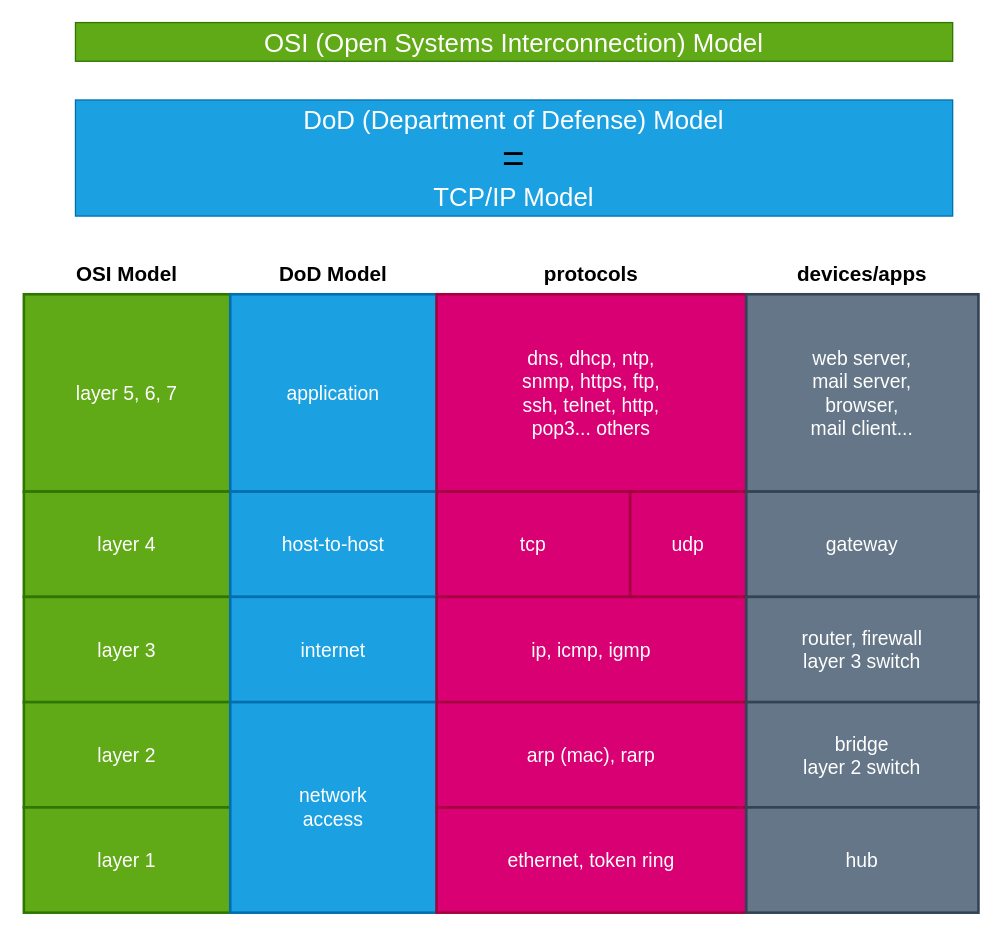
Earlier version of the draw.io diagram Charts/Network Models.drawio (digimindx/Networking). Source tidied: cells renumbered, new cells numbered last; positions are measured from the earlier drawing's top-left corner, leaving out a move shared by most shapes. Both pictures are drawn from the tidied source at 129%, with x=0, y=0 at pixel (23, 22).
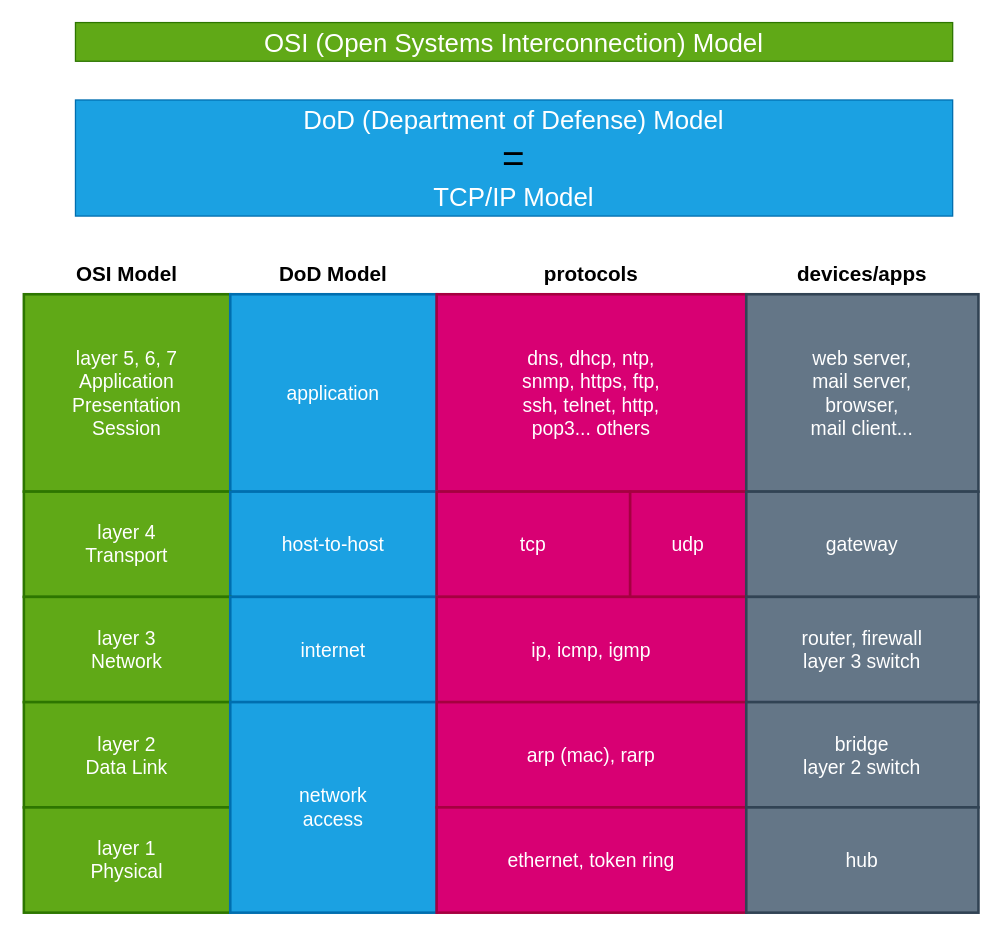
Above is the later version.

Diff of the diagram source:
```diff
@@
-    <mxCell id="6" value="layer 5, 6, 7" style="rounded=0;whiteSpace=wrap;html=1;strokeColor=#2D7600;strokeWidth=2;fillColor=#60a917;fontSize=15;fontColor=#ffffff;" parent="1" vertex="1">
+    <mxCell id="6" value="layer 5, 6, 7&lt;div&gt;Application&lt;/div&gt;&lt;div&gt;Presentation&lt;/div&gt;&lt;div&gt;Session&lt;/div&gt;" style="rounded=0;whiteSpace=wrap;html=1;strokeColor=#2D7600;strokeWidth=2;fillColor=#60a917;fontSize=15;fontColor=#ffffff;" parent="1" vertex="1">
       <mxGeometry y="210.6" width="160" height="153" as="geometry" />
     </mxCell>
@@
-    <mxCell id="10" value="layer 4" style="rounded=0;whiteSpace=wrap;html=1;strokeColor=#2D7600;strokeWidth=2;fillColor=#60a917;fontSize=15;fontColor=#ffffff;" parent="1" vertex="1">
+    <mxCell id="10" value="layer 4&lt;div&gt;Transport&lt;/div&gt;" style="rounded=0;whiteSpace=wrap;html=1;strokeColor=#2D7600;strokeWidth=2;fillColor=#60a917;fontSize=15;fontColor=#ffffff;" parent="1" vertex="1">
       <mxGeometry y="363.6" width="160" height="81.6" as="geometry" />
     </mxCell>
@@
-    <mxCell id="15" value="layer 3" style="rounded=0;whiteSpace=wrap;html=1;strokeColor=#2D7600;strokeWidth=2;fillColor=#60a917;fontSize=15;fontColor=#ffffff;" parent="1" vertex="1">
+    <mxCell id="15" value="layer 3&lt;div&gt;Network&lt;/div&gt;" style="rounded=0;whiteSpace=wrap;html=1;strokeColor=#2D7600;strokeWidth=2;fillColor=#60a917;fontSize=15;fontColor=#ffffff;" parent="1" vertex="1">
       <mxGeometry y="445.2" width="160" height="81.6" as="geometry" />
     </mxCell>
@@
-    <mxCell id="19" value="layer 2" style="rounded=0;whiteSpace=wrap;html=1;strokeColor=#2D7600;strokeWidth=2;fillColor=#60a917;fontSize=15;fontColor=#ffffff;" parent="1" vertex="1">
+    <mxCell id="19" value="layer 2&lt;div&gt;Data Link&lt;/div&gt;" style="rounded=0;whiteSpace=wrap;html=1;strokeColor=#2D7600;strokeWidth=2;fillColor=#60a917;fontSize=15;fontColor=#ffffff;" parent="1" vertex="1">
       <mxGeometry y="526.8" width="160" height="81.6" as="geometry" />
     </mxCell>
-    <mxCell id="20" value="layer 1" style="rounded=0;whiteSpace=wrap;html=1;strokeColor=#2D7600;strokeWidth=2;fillColor=#60a917;fontSize=15;fontColor=#ffffff;" parent="1" vertex="1">
+    <mxCell id="20" value="layer 1&lt;div&gt;Physical&lt;/div&gt;" style="rounded=0;whiteSpace=wrap;html=1;strokeColor=#2D7600;strokeWidth=2;fillColor=#60a917;fontSize=15;fontColor=#ffffff;" parent="1" vertex="1">
       <mxGeometry y="608.4" width="160" height="81.6" as="geometry" />
     </mxCell>
```
